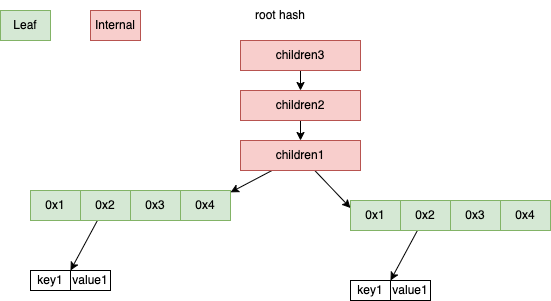
starcoinorg/starcoin-cookbook keeps this draw.io diagram as static/img/two_leaf_insert.png. Above is the earlier version. Source tidied: cells renumbered, new cells last; positions are measured from the earlier drawing's top-left corner, leaving out a move shared by most shapes. The source it was exported from:
```xml
<mxGraphModel>
  <root>
    <mxCell id="0" />
    <mxCell id="1" parent="0" />
    <mxCell id="2" value="0x1" style="rounded=0;whiteSpace=wrap;html=1;fillColor=#d5e8d4;strokeColor=#82b366;" parent="1" vertex="1">
      <mxGeometry x="30" y="190" width="50" height="30" as="geometry" />
    </mxCell>
    <mxCell id="3" style="edgeStyle=none;rounded=0;jettySize=auto;html=1;entryX=0;entryY=0;entryDx=0;entryDy=0;" parent="1" edge="1" source="4" target="8">
      <mxGeometry relative="1" as="geometry" />
    </mxCell>
    <mxCell id="4" value="0x2" style="rounded=0;whiteSpace=wrap;html=1;fillColor=#d5e8d4;strokeColor=#82b366;" parent="1" vertex="1">
      <mxGeometry x="80" y="190" width="50" height="30" as="geometry" />
    </mxCell>
    <mxCell id="5" value="0x3" style="rounded=0;whiteSpace=wrap;html=1;fillColor=#d5e8d4;strokeColor=#82b366;" parent="1" vertex="1">
      <mxGeometry x="130" y="190" width="50" height="30" as="geometry" />
    </mxCell>
    <mxCell id="6" value="0x4" style="rounded=0;whiteSpace=wrap;html=1;fillColor=#d5e8d4;strokeColor=#82b366;" parent="1" vertex="1">
      <mxGeometry x="180" y="190" width="50" height="30" as="geometry" />
    </mxCell>
    <mxCell id="7" value="key1" style="rounded=0;whiteSpace=wrap;html=1;" parent="1" vertex="1">
      <mxGeometry x="30" y="270" width="40" height="20" as="geometry" />
    </mxCell>
    <mxCell id="8" value="value1" style="rounded=0;whiteSpace=wrap;html=1;" parent="1" vertex="1">
      <mxGeometry x="70" y="270" width="40" height="20" as="geometry" />
    </mxCell>
    <mxCell id="9" value="Leaf" style="rounded=0;whiteSpace=wrap;html=1;fillColor=#d5e8d4;strokeColor=#82b366;" parent="1" vertex="1">
      <mxGeometry y="10" width="50" height="30" as="geometry" />
    </mxCell>
    <mxCell id="10" value="Internal" style="rounded=0;whiteSpace=wrap;html=1;fillColor=#f8cecc;strokeColor=#b85450;" parent="1" vertex="1">
      <mxGeometry x="90" y="10" width="50" height="30" as="geometry" />
    </mxCell>
    <mxCell id="11" value="0x1" style="rounded=0;whiteSpace=wrap;html=1;fillColor=#d5e8d4;strokeColor=#82b366;" parent="1" vertex="1">
      <mxGeometry x="350" y="200" width="50" height="30" as="geometry" />
    </mxCell>
    <mxCell id="12" style="edgeStyle=none;rounded=0;jettySize=auto;html=1;entryX=0;entryY=0;entryDx=0;entryDy=0;" parent="1" edge="1" source="13" target="17">
      <mxGeometry relative="1" as="geometry" />
    </mxCell>
    <mxCell id="13" value="0x2" style="rounded=0;whiteSpace=wrap;html=1;fillColor=#d5e8d4;strokeColor=#82b366;" parent="1" vertex="1">
      <mxGeometry x="400" y="200" width="50" height="30" as="geometry" />
    </mxCell>
    <mxCell id="14" value="0x3" style="rounded=0;whiteSpace=wrap;html=1;fillColor=#d5e8d4;strokeColor=#82b366;" parent="1" vertex="1">
      <mxGeometry x="450" y="200" width="50" height="30" as="geometry" />
    </mxCell>
    <mxCell id="15" value="0x4" style="rounded=0;whiteSpace=wrap;html=1;fillColor=#d5e8d4;strokeColor=#82b366;" parent="1" vertex="1">
      <mxGeometry x="500" y="200" width="50" height="30" as="geometry" />
    </mxCell>
    <mxCell id="16" value="key1" style="rounded=0;whiteSpace=wrap;html=1;" parent="1" vertex="1">
      <mxGeometry x="350" y="280" width="40" height="20" as="geometry" />
    </mxCell>
    <mxCell id="17" value="value1" style="rounded=0;whiteSpace=wrap;html=1;" parent="1" vertex="1">
      <mxGeometry x="390" y="280" width="40" height="20" as="geometry" />
    </mxCell>
    <mxCell id="18" style="edgeStyle=none;rounded=0;jettySize=auto;html=1;" parent="1" edge="1" source="20" target="6">
      <mxGeometry relative="1" as="geometry" />
    </mxCell>
    <mxCell id="19" style="edgeStyle=none;rounded=0;jettySize=auto;html=1;entryX=0;entryY=0.25;entryDx=0;entryDy=0;" parent="1" edge="1" source="20" target="11">
      <mxGeometry relative="1" as="geometry" />
    </mxCell>
    <mxCell id="20" value="children1" style="rounded=0;whiteSpace=wrap;html=1;fillColor=#f8cecc;strokeColor=#b85450;" parent="1" vertex="1">
      <mxGeometry x="240" y="140" width="120" height="30" as="geometry" />
    </mxCell>
    <mxCell id="21" style="edgeStyle=none;rounded=0;jettySize=auto;html=1;" parent="1" edge="1" source="22" target="20">
      <mxGeometry relative="1" as="geometry" />
    </mxCell>
    <mxCell id="22" value="children2" style="rounded=0;whiteSpace=wrap;html=1;fillColor=#f8cecc;strokeColor=#b85450;" parent="1" vertex="1">
      <mxGeometry x="240" y="90" width="120" height="30" as="geometry" />
    </mxCell>
    <mxCell id="23" style="edgeStyle=none;rounded=0;jettySize=auto;html=1;" parent="1" edge="1" source="24" target="22">
      <mxGeometry relative="1" as="geometry" />
    </mxCell>
    <mxCell id="24" value="children3" style="rounded=0;whiteSpace=wrap;html=1;fillColor=#f8cecc;strokeColor=#b85450;" parent="1" vertex="1">
      <mxGeometry x="240" y="40" width="120" height="30" as="geometry" />
    </mxCell>
    <mxCell id="25" value="root hash" style="text;html=1;strokeColor=none;fillColor=none;align=center;verticalAlign=middle;whiteSpace=wrap;rounded=0;" parent="1" vertex="1">
      <mxGeometry x="250" width="60" height="30" as="geometry" />
    </mxCell>
  </root>
</mxGraphModel>
```
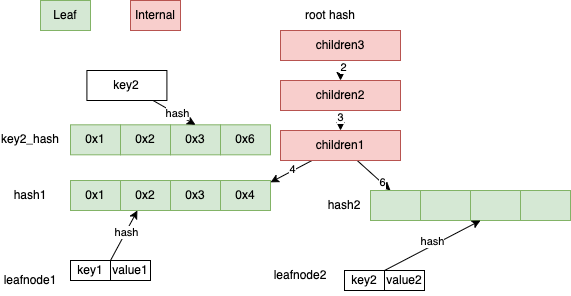
After the change.

Commit message:
add internal insert doc

Change to the diagram source:
```diff
@@ -2,77 +2,137 @@
   <root>
     <mxCell id="0" />
     <mxCell id="1" parent="0" />
-    <mxCell id="2" value="0x1" style="rounded=0;whiteSpace=wrap;html=1;fillColor=#d5e8d4;strokeColor=#82b366;" parent="1" vertex="1">
-      <mxGeometry x="30" y="190" width="50" height="30" as="geometry" />
-    </mxCell>
-    <mxCell id="3" style="edgeStyle=none;rounded=0;jettySize=auto;html=1;entryX=0;entryY=0;entryDx=0;entryDy=0;" parent="1" edge="1" source="4" target="8">
-      <mxGeometry relative="1" as="geometry" />
-    </mxCell>
-    <mxCell id="4" value="0x2" style="rounded=0;whiteSpace=wrap;html=1;fillColor=#d5e8d4;strokeColor=#82b366;" parent="1" vertex="1">
-      <mxGeometry x="80" y="190" width="50" height="30" as="geometry" />
-    </mxCell>
-    <mxCell id="5" value="0x3" style="rounded=0;whiteSpace=wrap;html=1;fillColor=#d5e8d4;strokeColor=#82b366;" parent="1" vertex="1">
-      <mxGeometry x="130" y="190" width="50" height="30" as="geometry" />
-    </mxCell>
-    <mxCell id="6" value="0x4" style="rounded=0;whiteSpace=wrap;html=1;fillColor=#d5e8d4;strokeColor=#82b366;" parent="1" vertex="1">
-      <mxGeometry x="180" y="190" width="50" height="30" as="geometry" />
-    </mxCell>
-    <mxCell id="7" value="key1" style="rounded=0;whiteSpace=wrap;html=1;" parent="1" vertex="1">
-      <mxGeometry x="30" y="270" width="40" height="20" as="geometry" />
-    </mxCell>
-    <mxCell id="8" value="value1" style="rounded=0;whiteSpace=wrap;html=1;" parent="1" vertex="1">
-      <mxGeometry x="70" y="270" width="40" height="20" as="geometry" />
-    </mxCell>
+    <mxCell id="26" value="0x1" style="rounded=0;whiteSpace=wrap;html=1;fillColor=#d5e8d4;strokeColor=#82b366;" parent="1" vertex="1">
+      <mxGeometry x="30" y="190" width="50" height="30" as="geometry" />
+    </mxCell>
+    <mxCell id="27" style="edgeStyle=none;rounded=0;jettySize=auto;html=1;exitX=0;exitY=0;exitDx=0;exitDy=0;" parent="1" edge="1" source="33" target="29">
+      <mxGeometry relative="1" as="geometry" />
+    </mxCell>
+    <mxCell id="28" value="hash" style="edgeLabel;html=1;align=center;verticalAlign=middle;" parent="27" vertex="1">
+      <mxGeometry x="0.12" relative="1" as="geometry" />
+    </mxCell>
+    <mxCell id="29" value="0x2" style="rounded=0;whiteSpace=wrap;html=1;fillColor=#d5e8d4;strokeColor=#82b366;" parent="1" vertex="1">
+      <mxGeometry x="80" y="190" width="50" height="30" as="geometry" />
+    </mxCell>
+    <mxCell id="30" value="0x3" style="rounded=0;whiteSpace=wrap;html=1;fillColor=#d5e8d4;strokeColor=#82b366;" parent="1" vertex="1">
+      <mxGeometry x="130" y="190" width="50" height="30" as="geometry" />
+    </mxCell>
+    <mxCell id="31" value="0x4" style="rounded=0;whiteSpace=wrap;html=1;fillColor=#d5e8d4;strokeColor=#82b366;" parent="1" vertex="1">
+      <mxGeometry x="180" y="190" width="50" height="30" as="geometry" />
+    </mxCell>
+    <mxCell id="32" value="key1" style="rounded=0;whiteSpace=wrap;html=1;" parent="1" vertex="1">
+      <mxGeometry x="30" y="270" width="40" height="20" as="geometry" />
+    </mxCell>
+    <mxCell id="33" value="value1" style="rounded=0;whiteSpace=wrap;html=1;" parent="1" vertex="1">
+      <mxGeometry x="70" y="270" width="40" height="20" as="geometry" />
+    </mxCell>
     <mxCell id="9" value="Leaf" style="rounded=0;whiteSpace=wrap;html=1;fillColor=#d5e8d4;strokeColor=#82b366;" parent="1" vertex="1">
       <mxGeometry y="10" width="50" height="30" as="geometry" />
     </mxCell>
     <mxCell id="10" value="Internal" style="rounded=0;whiteSpace=wrap;html=1;fillColor=#f8cecc;strokeColor=#b85450;" parent="1" vertex="1">
       <mxGeometry x="90" y="10" width="50" height="30" as="geometry" />
     </mxCell>
-    <mxCell id="11" value="0x1" style="rounded=0;whiteSpace=wrap;html=1;fillColor=#d5e8d4;strokeColor=#82b366;" parent="1" vertex="1">
-      <mxGeometry x="350" y="200" width="50" height="30" as="geometry" />
-    </mxCell>
-    <mxCell id="12" style="edgeStyle=none;rounded=0;jettySize=auto;html=1;entryX=0;entryY=0;entryDx=0;entryDy=0;" parent="1" edge="1" source="13" target="17">
-      <mxGeometry relative="1" as="geometry" />
-    </mxCell>
-    <mxCell id="13" value="0x2" style="rounded=0;whiteSpace=wrap;html=1;fillColor=#d5e8d4;strokeColor=#82b366;" parent="1" vertex="1">
-      <mxGeometry x="400" y="200" width="50" height="30" as="geometry" />
-    </mxCell>
-    <mxCell id="14" value="0x3" style="rounded=0;whiteSpace=wrap;html=1;fillColor=#d5e8d4;strokeColor=#82b366;" parent="1" vertex="1">
-      <mxGeometry x="450" y="200" width="50" height="30" as="geometry" />
-    </mxCell>
-    <mxCell id="15" value="0x4" style="rounded=0;whiteSpace=wrap;html=1;fillColor=#d5e8d4;strokeColor=#82b366;" parent="1" vertex="1">
-      <mxGeometry x="500" y="200" width="50" height="30" as="geometry" />
-    </mxCell>
-    <mxCell id="16" value="key1" style="rounded=0;whiteSpace=wrap;html=1;" parent="1" vertex="1">
-      <mxGeometry x="350" y="280" width="40" height="20" as="geometry" />
-    </mxCell>
-    <mxCell id="17" value="value1" style="rounded=0;whiteSpace=wrap;html=1;" parent="1" vertex="1">
-      <mxGeometry x="390" y="280" width="40" height="20" as="geometry" />
-    </mxCell>
-    <mxCell id="18" style="edgeStyle=none;rounded=0;jettySize=auto;html=1;" parent="1" edge="1" source="20" target="6">
-      <mxGeometry relative="1" as="geometry" />
-    </mxCell>
-    <mxCell id="19" style="edgeStyle=none;rounded=0;jettySize=auto;html=1;entryX=0;entryY=0.25;entryDx=0;entryDy=0;" parent="1" edge="1" source="20" target="11">
-      <mxGeometry relative="1" as="geometry" />
-    </mxCell>
+    <mxCell id="34" value="key2" style="rounded=0;whiteSpace=wrap;html=1;" parent="1" vertex="1">
+      <mxGeometry x="304" y="280" width="40" height="20" as="geometry" />
+    </mxCell>
+    <mxCell id="35" value="value2" style="rounded=0;whiteSpace=wrap;html=1;" parent="1" vertex="1">
+      <mxGeometry x="344" y="280" width="40" height="20" as="geometry" />
+    </mxCell>
+    <mxCell id="36" style="edgeStyle=none;rounded=0;jettySize=auto;html=1;" parent="1" edge="1" source="20" target="31">
+      <mxGeometry relative="1" as="geometry" />
+    </mxCell>
+    <mxCell id="37" value="4" style="edgeLabel;html=1;align=center;verticalAlign=middle;" parent="36" vertex="1">
+      <mxGeometry x="-0.07" y="-2" relative="1" as="geometry" />
+    </mxCell>
+    <mxCell id="38" style="edgeStyle=none;rounded=0;jettySize=auto;html=1;" parent="1" edge="1" source="20">
+      <mxGeometry relative="1" as="geometry">
+        <mxPoint x="350" y="200" as="targetPoint" />
+      </mxGeometry>
+    </mxCell>
+    <mxCell id="39" value="6" style="edgeLabel;html=1;align=center;verticalAlign=middle;" parent="38" vertex="1">
+      <mxGeometry x="0.2" y="1" relative="1" as="geometry">
+        <mxPoint x="4" y="4" as="offset" />
+      </mxGeometry>
+    </mxCell>
     <mxCell id="20" value="children1" style="rounded=0;whiteSpace=wrap;html=1;fillColor=#f8cecc;strokeColor=#b85450;" parent="1" vertex="1">
       <mxGeometry x="240" y="140" width="120" height="30" as="geometry" />
     </mxCell>
     <mxCell id="21" style="edgeStyle=none;rounded=0;jettySize=auto;html=1;" parent="1" edge="1" source="22" target="20">
       <mxGeometry relative="1" as="geometry" />
     </mxCell>
+    <mxCell id="40" value="3" style="edgeLabel;html=1;align=center;verticalAlign=middle;" parent="21" vertex="1">
+      <mxGeometry x="-0.4" y="-1" relative="1" as="geometry" />
+    </mxCell>
     <mxCell id="22" value="children2" style="rounded=0;whiteSpace=wrap;html=1;fillColor=#f8cecc;strokeColor=#b85450;" parent="1" vertex="1">
       <mxGeometry x="240" y="90" width="120" height="30" as="geometry" />
     </mxCell>
     <mxCell id="23" style="edgeStyle=none;rounded=0;jettySize=auto;html=1;" parent="1" edge="1" source="24" target="22">
       <mxGeometry relative="1" as="geometry" />
     </mxCell>
+    <mxCell id="41" value="2" style="edgeLabel;html=1;align=center;verticalAlign=middle;" parent="23" vertex="1">
+      <mxGeometry x="-0.4" y="2" relative="1" as="geometry" />
+    </mxCell>
     <mxCell id="24" value="children3" style="rounded=0;whiteSpace=wrap;html=1;fillColor=#f8cecc;strokeColor=#b85450;" parent="1" vertex="1">
       <mxGeometry x="240" y="40" width="120" height="30" as="geometry" />
     </mxCell>
+    <mxCell id="42" value="leafnode1" style="text;html=1;strokeColor=none;fillColor=none;align=center;verticalAlign=middle;whiteSpace=wrap;rounded=0;" parent="1" vertex="1">
+      <mxGeometry x="-40" y="275" width="60" height="30" as="geometry" />
+    </mxCell>
+    <mxCell id="43" value="leafnode2" style="text;html=1;strokeColor=none;fillColor=none;align=center;verticalAlign=middle;whiteSpace=wrap;rounded=0;" parent="1" vertex="1">
+      <mxGeometry x="230" y="270" width="60" height="30" as="geometry" />
+    </mxCell>
+    <mxCell id="44" value="0x1" style="rounded=0;whiteSpace=wrap;html=1;fillColor=#d5e8d4;strokeColor=#82b366;" parent="1" vertex="1">
+      <mxGeometry x="30" y="134.3" width="50" height="30" as="geometry" />
+    </mxCell>
+    <mxCell id="45" value="0x2" style="rounded=0;whiteSpace=wrap;html=1;fillColor=#d5e8d4;strokeColor=#82b366;" parent="1" vertex="1">
+      <mxGeometry x="80" y="134.3" width="50" height="30" as="geometry" />
+    </mxCell>
+    <mxCell id="46" value="0x3" style="rounded=0;whiteSpace=wrap;html=1;fillColor=#d5e8d4;strokeColor=#82b366;" parent="1" vertex="1">
+      <mxGeometry x="130" y="134.3" width="50" height="30" as="geometry" />
+    </mxCell>
+    <mxCell id="47" value="0x6" style="rounded=0;whiteSpace=wrap;html=1;fillColor=#d5e8d4;strokeColor=#82b366;" parent="1" vertex="1">
+      <mxGeometry x="180" y="134.3" width="50" height="30" as="geometry" />
+    </mxCell>
+    <mxCell id="48" style="edgeStyle=none;rounded=0;jettySize=auto;html=1;entryX=0.5;entryY=0;entryDx=0;entryDy=0;" parent="1" edge="1" source="50" target="46">
+      <mxGeometry relative="1" as="geometry" />
+    </mxCell>
+    <mxCell id="49" value="hash" style="edgeLabel;html=1;align=center;verticalAlign=middle;" parent="48" vertex="1">
+      <mxGeometry x="0.1" y="1" relative="1" as="geometry" />
+    </mxCell>
+    <mxCell id="50" value="key2" style="rounded=0;whiteSpace=wrap;html=1;" parent="1" vertex="1">
+      <mxGeometry x="46.4" y="80" width="80" height="30" as="geometry" />
+    </mxCell>
     <mxCell id="25" value="root hash" style="text;html=1;strokeColor=none;fillColor=none;align=center;verticalAlign=middle;whiteSpace=wrap;rounded=0;" parent="1" vertex="1">
-      <mxGeometry x="250" width="60" height="30" as="geometry" />
+      <mxGeometry x="260" y="10" width="60" height="30" as="geometry" />
     </mxCell>
+    <mxCell id="51" value="hash1" style="text;html=1;strokeColor=none;fillColor=none;align=center;verticalAlign=middle;whiteSpace=wrap;rounded=0;" parent="1" vertex="1">
+      <mxGeometry x="-40" y="190" width="60" height="30" as="geometry" />
+    </mxCell>
+    <mxCell id="52" value="key2_hash" style="text;html=1;strokeColor=none;fillColor=none;align=center;verticalAlign=middle;whiteSpace=wrap;rounded=0;" parent="1" vertex="1">
+      <mxGeometry x="-40" y="134.3" width="60" height="30" as="geometry" />
+    </mxCell>
+    <mxCell id="53" style="rounded=0;whiteSpace=wrap;html=1;fillColor=#d5e8d4;strokeColor=#82b366;" parent="1" vertex="1">
+      <mxGeometry x="330" y="200" width="50" height="30" as="geometry" />
+    </mxCell>
+    <mxCell id="54" style="rounded=0;whiteSpace=wrap;html=1;fillColor=#d5e8d4;strokeColor=#82b366;" parent="1" vertex="1">
+      <mxGeometry x="380" y="200" width="50" height="30" as="geometry" />
+    </mxCell>
+    <mxCell id="55" style="rounded=0;whiteSpace=wrap;html=1;fillColor=#d5e8d4;strokeColor=#82b366;" parent="1" vertex="1">
+      <mxGeometry x="430" y="200" width="50" height="30" as="geometry" />
+    </mxCell>
+    <mxCell id="56" style="rounded=0;whiteSpace=wrap;html=1;fillColor=#d5e8d4;strokeColor=#82b366;" parent="1" vertex="1">
+      <mxGeometry x="480" y="200" width="50" height="30" as="geometry" />
+    </mxCell>
+    <mxCell id="57" value="hash2" style="text;html=1;strokeColor=none;fillColor=none;align=center;verticalAlign=middle;whiteSpace=wrap;rounded=0;" parent="1" vertex="1">
+      <mxGeometry x="273.5" y="200" width="60" height="30" as="geometry" />
+    </mxCell>
+    <mxCell id="58" style="endArrow=classic;html=1;rounded=0;exitX=0;exitY=0;exitDx=0;exitDy=0;" parent="1" edge="1" source="35">
+      <mxGeometry relative="1" as="geometry">
+        <mxPoint x="440" y="230" as="targetPoint" />
+      </mxGeometry>
+    </mxCell>
+    <mxCell id="59" value="hash" style="edgeLabel;html=1;align=center;verticalAlign=middle;" parent="58" vertex="1">
+      <mxGeometry x="0.04" y="4" relative="1" as="geometry" />
+    </mxCell>
   </root>
 </mxGraphModel>
```
